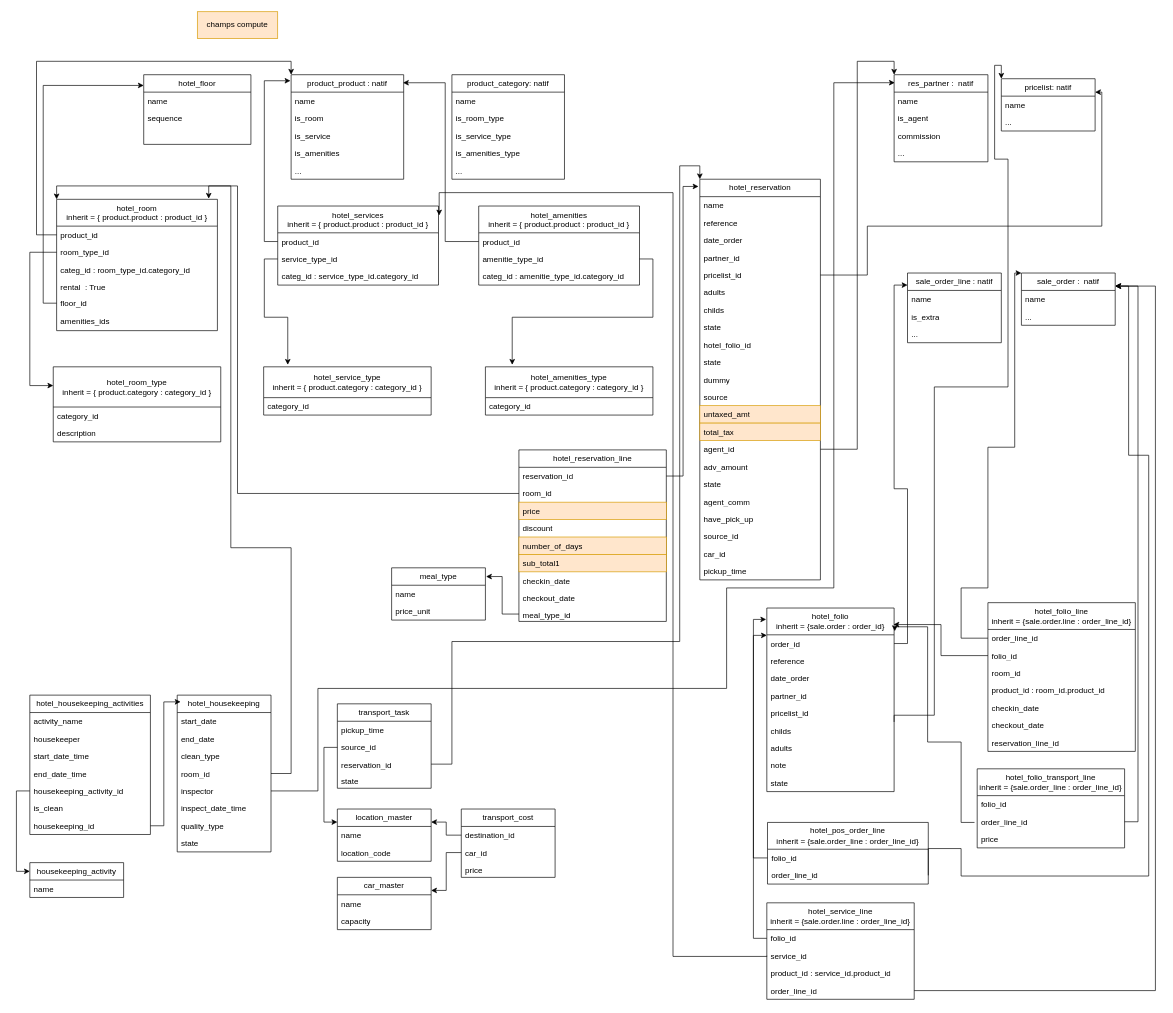
Above: hotel_diagram.drawio in Jeremia1804/all_projects (draw.io), before the change. Source tidied: cells renumbered, new cells numbered last; positions are measured from the earlier drawing's top-left corner, leaving out a move shared by most shapes. Both pictures are drawn from the tidied source at 67%, with x=0, y=0 at pixel (29, 11).
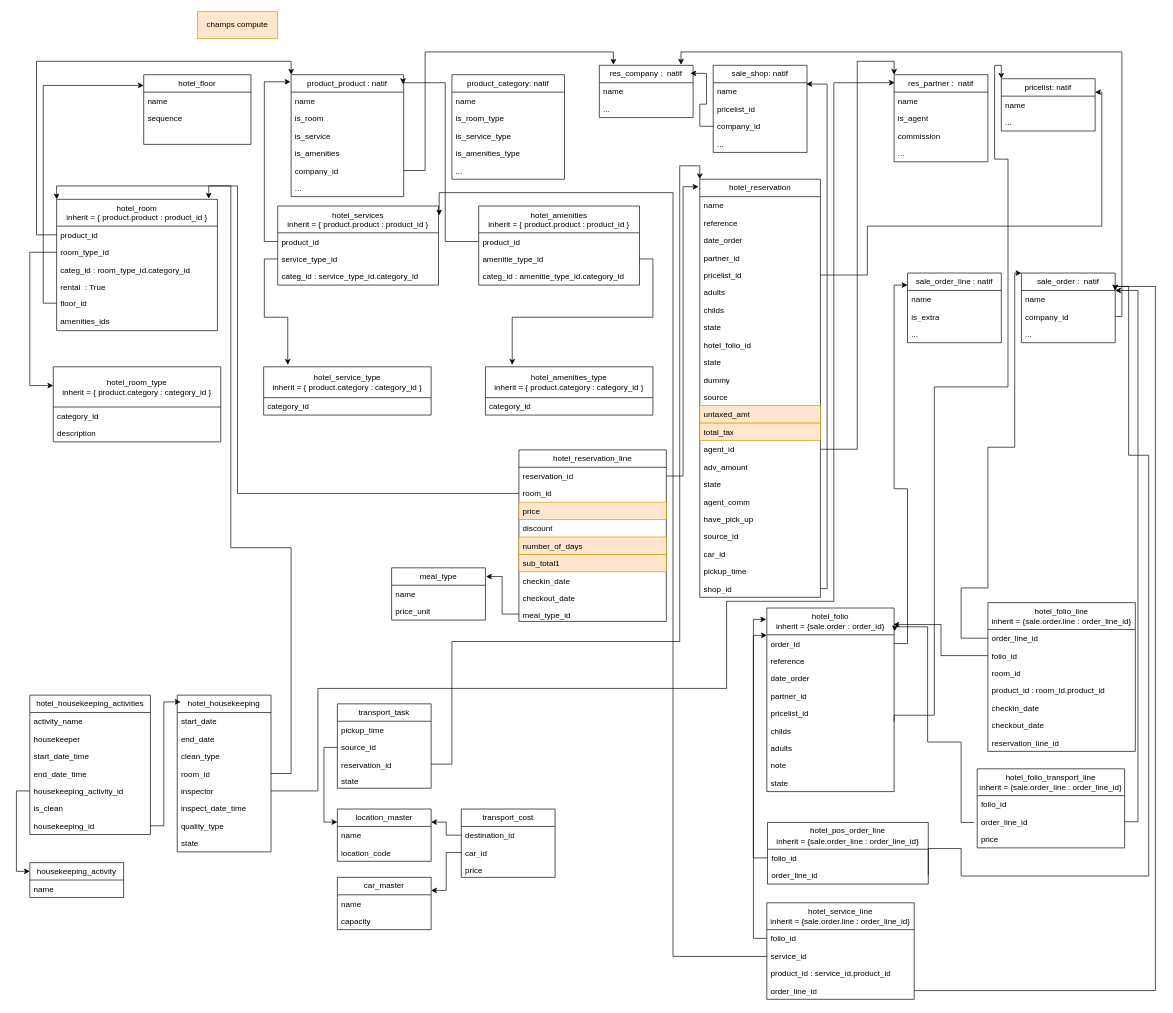
After the change.

Commit message:
Mettre à jour hotel_diagram.drawio

Unchanged cells that the change refers to:
```xml
<mxCell id="92" value="res_partner :&amp;nbsp; natif" style="swimlane;fontStyle=0;horizontal=1;startSize=26;fillColor=none;whiteSpace=wrap;html=1;" parent="1" vertex="1">
  <mxGeometry x="1290" y="94" width="140" height="130" as="geometry" />
</mxCell>
<mxCell id="134" value="inspector" style="text;strokeColor=none;fillColor=none;align=left;verticalAlign=top;spacingLeft=4;spacingRight=4;overflow=hidden;points=[[0,0.5],[1,0.5]];portConstraint=eastwest;whiteSpace=wrap;html=1;" parent="129" vertex="1">
  <mxGeometry y="130" width="140" height="26" as="geometry" />
</mxCell>
```

Diff of the diagram source:
```diff
@@
     <mxCell id="5" value="product_product : natif" style="swimlane;fontStyle=0;align=center;verticalAlign=top;horizontal=1;startSize=26;rounded=0;shadow=0;strokeWidth=1;" parent="1" vertex="1">
-      <mxGeometry x="390" y="94" width="168" height="156" as="geometry" />
+      <mxGeometry x="390" y="94" width="168" height="182" as="geometry" />
     </mxCell>
@@
+    <mxCell id="186" value="company_id" style="text;strokeColor=none;fillColor=none;align=left;verticalAlign=top;spacingLeft=4;spacingRight=4;overflow=hidden;points=[[0,0.5],[1,0.5]];portConstraint=eastwest;whiteSpace=wrap;html=1;" parent="5" vertex="1">
+      <mxGeometry y="130" width="168" height="26" as="geometry" />
+    </mxCell>
     <mxCell id="10" value="..." style="text;align=left;verticalAlign=top;spacingLeft=4;spacingRight=4;overflow=hidden;rounded=0;shadow=0;html=0;" parent="5" vertex="1">
-      <mxGeometry y="130" width="168" height="26" as="geometry" />
+      <mxGeometry y="156" width="168" height="26" as="geometry" />
     </mxCell>
@@
     <mxCell id="49" value="sale_order :&amp;nbsp; natif" style="swimlane;fontStyle=0;horizontal=1;startSize=26;fillColor=none;whiteSpace=wrap;html=1;" parent="1" vertex="1">
-      <mxGeometry x="1480" y="390" width="140" height="78" as="geometry" />
+      <mxGeometry x="1480" y="390" width="140" height="104" as="geometry" />
     </mxCell>
@@
+    <mxCell id="187" value="company_id" style="text;strokeColor=none;fillColor=none;align=left;verticalAlign=top;spacingLeft=4;spacingRight=4;overflow=hidden;points=[[0,0.5],[1,0.5]];portConstraint=eastwest;whiteSpace=wrap;html=1;" parent="49" vertex="1">
+      <mxGeometry y="52" width="140" height="26" as="geometry" />
+    </mxCell>
     <mxCell id="51" value="..." style="text;strokeColor=none;fillColor=none;align=left;verticalAlign=top;spacingLeft=4;spacingRight=4;overflow=hidden;whiteSpace=wrap;html=1;" parent="49" vertex="1">
-      <mxGeometry y="52" width="140" height="26" as="geometry" />
+      <mxGeometry y="78" width="140" height="26" as="geometry" />
     </mxCell>
@@
     <mxCell id="69" value="hotel_reservation" style="swimlane;fontStyle=0;horizontal=1;startSize=26;fillColor=none;whiteSpace=wrap;html=1;" parent="1" vertex="1">
-      <mxGeometry x="1000" y="250" width="180" height="598" as="geometry" />
+      <mxGeometry x="1000" y="250" width="180" height="624" as="geometry" />
     </mxCell>
@@
+    <mxCell id="188" value="shop_id" style="text;strokeColor=none;fillColor=none;align=left;verticalAlign=top;spacingLeft=4;spacingRight=4;overflow=hidden;points=[[0,0.5],[1,0.5]];portConstraint=eastwest;whiteSpace=wrap;html=1;" parent="69" vertex="1">
+      <mxGeometry y="598" width="180" height="26" as="geometry" />
+    </mxCell>
@@
     <mxCell id="180" style="edgeStyle=orthogonalEdgeStyle;rounded=0;jettySize=auto;html=1;entryX=0.007;entryY=0.092;entryDx=0;entryDy=0;entryPerimeter=0;" parent="1" edge="1" source="134" target="92">
       <mxGeometry relative="1" as="geometry">
         <Array as="points">
           <mxPoint x="430" y="1163" />
           <mxPoint x="430" y="1010" />
           <mxPoint x="1040" y="1010" />
-          <mxPoint x="1040" y="860" />
-          <mxPoint x="1200" y="860" />
+          <mxPoint x="1040" y="880" />
+          <mxPoint x="1200" y="880" />
           <mxPoint x="1200" y="106" />
         </Array>
       </mxGeometry>
     </mxCell>
@@
+    <mxCell id="189" value="res_company :&amp;nbsp; natif" style="swimlane;fontStyle=0;horizontal=1;startSize=26;fillColor=none;whiteSpace=wrap;html=1;" parent="1" vertex="1">
+      <mxGeometry x="850" y="80" width="140" height="78" as="geometry" />
+    </mxCell>
+    <mxCell id="190" value="name" style="text;strokeColor=none;fillColor=none;align=left;verticalAlign=top;spacingLeft=4;spacingRight=4;overflow=hidden;whiteSpace=wrap;html=1;" parent="189" vertex="1">
+      <mxGeometry y="26" width="140" height="26" as="geometry" />
+    </mxCell>
+    <mxCell id="191" value="..." style="text;strokeColor=none;fillColor=none;align=left;verticalAlign=top;spacingLeft=4;spacingRight=4;overflow=hidden;whiteSpace=wrap;html=1;" parent="189" vertex="1">
+      <mxGeometry y="52" width="140" height="26" as="geometry" />
+    </mxCell>
+    <mxCell id="192" value="sale_shop: natif" style="swimlane;fontStyle=0;horizontal=1;startSize=26;fillColor=none;whiteSpace=wrap;html=1;" parent="1" vertex="1">
+      <mxGeometry x="1020" y="80" width="140" height="130" as="geometry" />
+    </mxCell>
+    <mxCell id="193" value="name" style="text;strokeColor=none;fillColor=none;align=left;verticalAlign=top;spacingLeft=4;spacingRight=4;overflow=hidden;points=[[0,0.5],[1,0.5]];portConstraint=eastwest;whiteSpace=wrap;html=1;" parent="192" vertex="1">
+      <mxGeometry y="26" width="140" height="26" as="geometry" />
+    </mxCell>
+    <mxCell id="194" value="pricelist_id" style="text;strokeColor=none;fillColor=none;align=left;verticalAlign=top;spacingLeft=4;spacingRight=4;overflow=hidden;whiteSpace=wrap;html=1;" parent="192" vertex="1">
+      <mxGeometry y="52" width="140" height="26" as="geometry" />
+    </mxCell>
+    <mxCell id="195" value="company_id" style="text;strokeColor=none;fillColor=none;align=left;verticalAlign=top;spacingLeft=4;spacingRight=4;overflow=hidden;points=[[0,0.5],[1,0.5]];portConstraint=eastwest;whiteSpace=wrap;html=1;" parent="192" vertex="1">
+      <mxGeometry y="78" width="140" height="26" as="geometry" />
+    </mxCell>
+    <mxCell id="196" value="..." style="text;strokeColor=none;fillColor=none;align=left;verticalAlign=top;spacingLeft=4;spacingRight=4;overflow=hidden;whiteSpace=wrap;html=1;" parent="192" vertex="1">
+      <mxGeometry y="104" width="140" height="26" as="geometry" />
+    </mxCell>
+    <mxCell id="197" style="edgeStyle=orthogonalEdgeStyle;rounded=0;jettySize=auto;html=1;entryX=0.971;entryY=0.154;entryDx=0;entryDy=0;entryPerimeter=0;" parent="1" edge="1" source="195" target="189">
+      <mxGeometry relative="1" as="geometry" />
+    </mxCell>
+    <mxCell id="198" style="edgeStyle=orthogonalEdgeStyle;rounded=0;jettySize=auto;html=1;entryX=0.15;entryY=-0.013;entryDx=0;entryDy=0;entryPerimeter=0;" parent="1" edge="1" source="186" target="189">
+      <mxGeometry relative="1" as="geometry">
+        <Array as="points">
+          <mxPoint x="590" y="237" />
+          <mxPoint x="590" y="60" />
+          <mxPoint x="871" y="60" />
+        </Array>
+      </mxGeometry>
+    </mxCell>
+    <mxCell id="199" style="edgeStyle=orthogonalEdgeStyle;rounded=0;jettySize=auto;html=1;entryX=0.871;entryY=-0.013;entryDx=0;entryDy=0;entryPerimeter=0;" parent="1" edge="1" source="187" target="189">
+      <mxGeometry relative="1" as="geometry">
+        <Array as="points">
+          <mxPoint x="1630" y="455" />
+          <mxPoint x="1630" y="60" />
+          <mxPoint x="972" y="60" />
+        </Array>
+      </mxGeometry>
+    </mxCell>
+    <mxCell id="200" style="edgeStyle=orthogonalEdgeStyle;rounded=0;jettySize=auto;html=1;entryX=0.993;entryY=0.077;entryDx=0;entryDy=0;entryPerimeter=0;" parent="1" edge="1" source="188" target="193">
+      <mxGeometry relative="1" as="geometry">
+        <Array as="points">
+          <mxPoint x="1190" y="861" />
+          <mxPoint x="1190" y="108" />
+        </Array>
+      </mxGeometry>
+    </mxCell>
```
